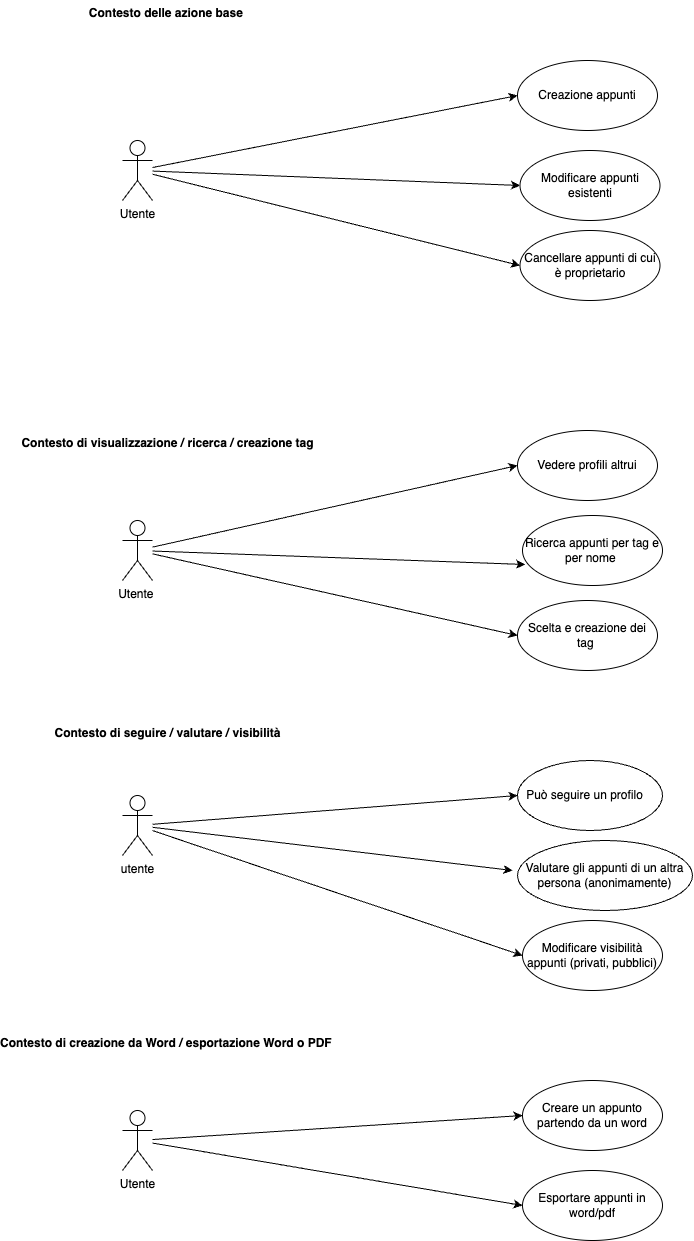
The draw.io diagram assets/schemas/diagrams/SchemaCasiUso.drawio.png in AngeloRipamonti/5C_RipamontiAvvedutoKotisCinquetti_PortaleAppunti, before a commit. Source tidied: cells renumbered, new cells last; positions are measured from the earlier drawing's top-left corner, leaving out a move shared by most shapes.
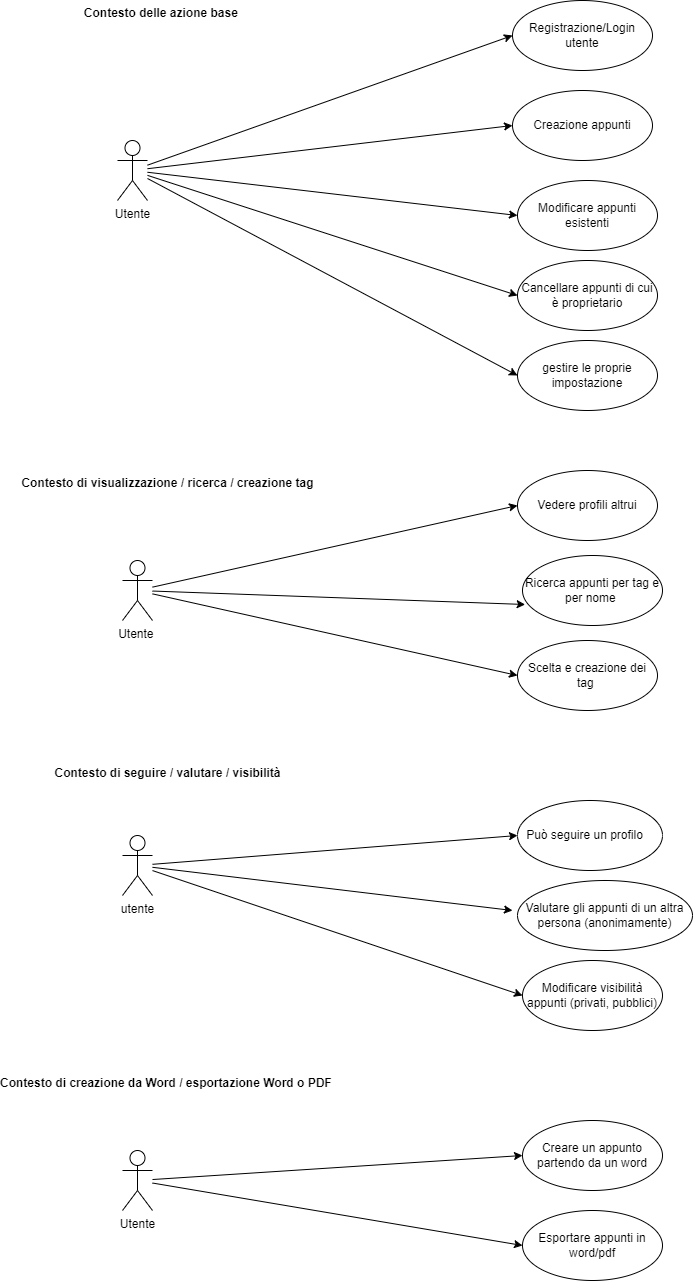
Later version of the same file.

Commit message:
modify use case

Diff of the diagram source:
```diff
@@ -12,16 +12,16 @@
       <mxGeometry x="105" y="520" width="30" height="60" as="geometry" />
     </mxCell>
     <mxCell id="5" value="Creazione appunti" style="ellipse;whiteSpace=wrap;html=1;" parent="1" vertex="1">
-      <mxGeometry x="500" y="60" width="140" height="70" as="geometry" />
+      <mxGeometry x="495" y="50" width="140" height="70" as="geometry" />
     </mxCell>
     <mxCell id="6" value="Modificare appunti esistenti" style="ellipse;whiteSpace=wrap;html=1;" parent="1" vertex="1">
-      <mxGeometry x="502.5" y="150" width="140" height="70" as="geometry" />
+      <mxGeometry x="500" y="140" width="140" height="70" as="geometry" />
     </mxCell>
     <mxCell id="7" value="Modificare visibilità appunti (privati, pubblici)" style="ellipse;whiteSpace=wrap;html=1;" parent="1" vertex="1">
       <mxGeometry x="505" y="920" width="140" height="70" as="geometry" />
     </mxCell>
     <mxCell id="8" value="Cancellare appunti di cui è proprietario" style="ellipse;whiteSpace=wrap;html=1;" parent="1" vertex="1">
-      <mxGeometry x="502.5" y="230" width="140" height="70" as="geometry" />
+      <mxGeometry x="500" y="220" width="140" height="70" as="geometry" />
     </mxCell>
     <mxCell id="9" value="Valutare gli appunti di un altra persona (anonimamente)" style="ellipse;whiteSpace=wrap;html=1;" parent="1" vertex="1">
       <mxGeometry x="500" y="840" width="175" height="70" as="geometry" />
@@ -53,8 +53,14 @@
     <mxCell id="18" style="edgeStyle=none;html=1;entryX=0;entryY=0.5;entryDx=0;entryDy=0;" parent="1" edge="1" source="19" target="8">
       <mxGeometry relative="1" as="geometry" />
     </mxCell>
+    <mxCell id="32" style="edgeStyle=none;html=1;entryX=0;entryY=0.5;entryDx=0;entryDy=0;" parent="1" edge="1" source="19" target="34">
+      <mxGeometry relative="1" as="geometry" />
+    </mxCell>
+    <mxCell id="33" style="edgeStyle=none;html=1;entryX=0;entryY=0.5;entryDx=0;entryDy=0;" parent="1" edge="1" source="19" target="35">
+      <mxGeometry relative="1" as="geometry" />
+    </mxCell>
     <mxCell id="19" value="Utente" style="shape=umlActor;verticalLabelPosition=bottom;verticalAlign=top;html=1;" parent="1" vertex="1">
-      <mxGeometry x="105" y="140" width="30" height="60" as="geometry" />
+      <mxGeometry x="100" y="100" width="30" height="60" as="geometry" />
     </mxCell>
     <mxCell id="20" style="edgeStyle=none;html=1;entryX=0;entryY=0.5;entryDx=0;entryDy=0;" parent="1" edge="1" source="23" target="11">
       <mxGeometry relative="1" as="geometry" />
@@ -77,7 +83,7 @@
       <mxGeometry x="105" y="1110" width="30" height="60" as="geometry" />
     </mxCell>
     <mxCell id="26" value="Contesto delle azione base&amp;nbsp;" style="text;align=center;fontStyle=1;verticalAlign=middle;spacingLeft=3;spacingRight=3;strokeColor=none;html=1;" parent="1" vertex="1">
-      <mxGeometry x="25" width="250" height="26" as="geometry" />
+      <mxGeometry x="20" y="-40" width="250" height="26" as="geometry" />
     </mxCell>
     <mxCell id="27" value="Contesto di visualizzazione / ricerca / creazione tag" style="text;align=center;fontStyle=1;verticalAlign=middle;spacingLeft=3;spacingRight=3;strokeColor=none;html=1;" parent="1" vertex="1">
       <mxGeometry x="7.5" y="430" width="285" height="26" as="geometry" />
@@ -94,5 +100,11 @@
     <mxCell id="31" style="edgeStyle=none;html=1;entryX=0;entryY=0.5;entryDx=0;entryDy=0;" parent="1" edge="1" source="25" target="15">
       <mxGeometry relative="1" as="geometry" />
     </mxCell>
+    <mxCell id="34" value="Registrazione/Login utente" style="ellipse;whiteSpace=wrap;html=1;" parent="1" vertex="1">
+      <mxGeometry x="495" y="-40" width="140" height="70" as="geometry" />
+    </mxCell>
+    <mxCell id="35" value="gestire le proprie impostazione" style="ellipse;whiteSpace=wrap;html=1;" parent="1" vertex="1">
+      <mxGeometry x="500" y="300" width="140" height="70" as="geometry" />
+    </mxCell>
   </root>
 </mxGraphModel>
```
